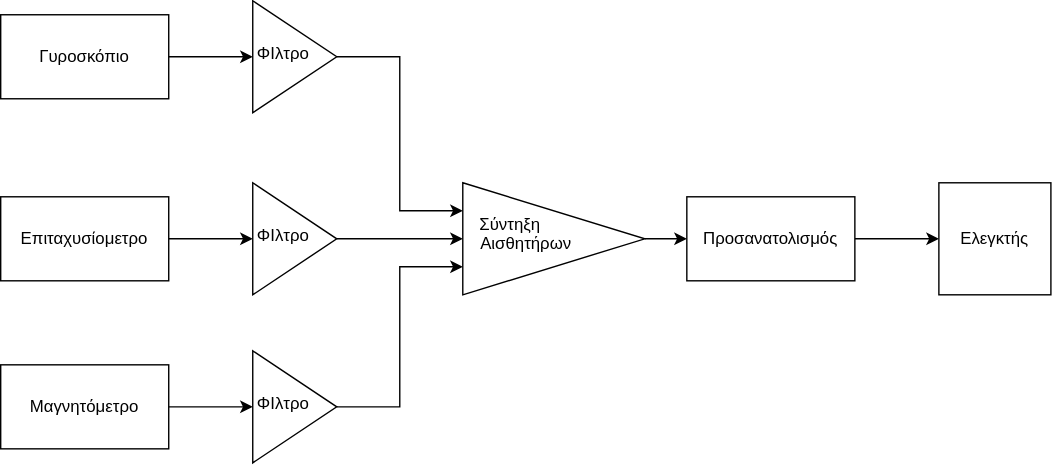
This is thesis/first_draft/images/Untitled Diagram.drawio.svg from Papiqulos/Spotmicro_HMTY, a draw.io export, as it was before one commit. Source tidied: cells renumbered, new cells last; positions are measured from the earlier drawing's top-left corner, leaving out a move shared by most shapes.
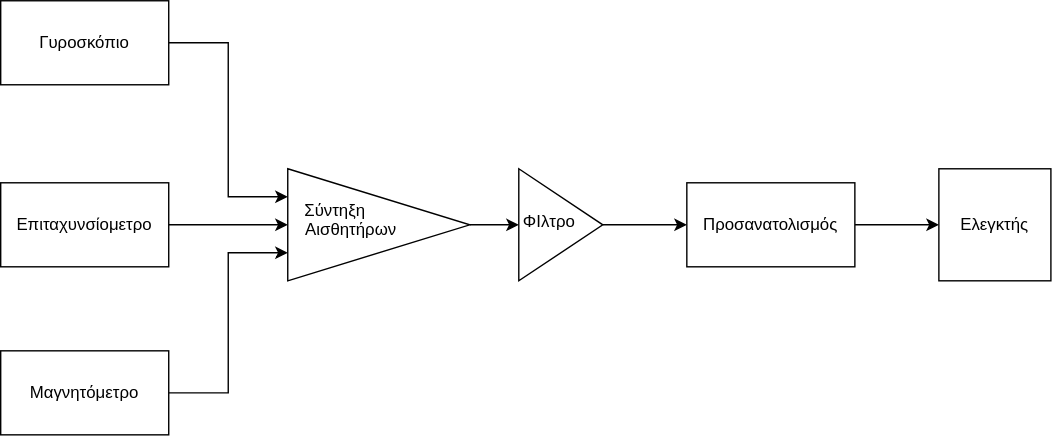
Above is the later version.

The edit, as a diff of the source:
```diff
@@ -2,21 +2,21 @@
   <root>
     <mxCell id="0" />
     <mxCell id="1" parent="0" />
-    <mxCell id="2" style="edgeStyle=orthogonalEdgeStyle;rounded=0;jettySize=auto;html=1;" parent="1" edge="1" source="3" target="12">
-      <mxGeometry relative="1" as="geometry" />
-    </mxCell>
+    <mxCell id="19" style="edgeStyle=orthogonalEdgeStyle;rounded=0;jettySize=auto;html=1;exitX=1;exitY=0.5;exitDx=0;exitDy=0;entryX=0;entryY=0.25;entryDx=0;entryDy=0;" parent="1" edge="1" source="3" target="14">
+      <mxGeometry relative="1" as="geometry" />
+    </mxCell>
     <mxCell id="3" value="Γυροσκόπιο" style="rounded=0;whiteSpace=wrap;html=1;" parent="1" vertex="1">
       <mxGeometry y="10" width="120" height="60" as="geometry" />
     </mxCell>
-    <mxCell id="4" style="edgeStyle=orthogonalEdgeStyle;rounded=0;jettySize=auto;html=1;" parent="1" edge="1" source="5" target="16">
-      <mxGeometry relative="1" as="geometry" />
-    </mxCell>
+    <mxCell id="20" style="edgeStyle=orthogonalEdgeStyle;rounded=0;jettySize=auto;html=1;exitX=1;exitY=0.5;exitDx=0;exitDy=0;entryX=0;entryY=0.5;entryDx=0;entryDy=0;" parent="1" edge="1" source="5" target="14">
+      <mxGeometry relative="1" as="geometry" />
+    </mxCell>
-    <mxCell id="5" value="Επιταχυσίομετρο" style="rounded=0;whiteSpace=wrap;html=1;" parent="1" vertex="1">
+    <mxCell id="5" value="Επιταχυνσίομετρο" style="rounded=0;whiteSpace=wrap;html=1;" parent="1" vertex="1">
       <mxGeometry y="140" width="120" height="60" as="geometry" />
     </mxCell>
-    <mxCell id="6" style="edgeStyle=orthogonalEdgeStyle;rounded=0;jettySize=auto;html=1;exitX=1;exitY=0.5;exitDx=0;exitDy=0;entryX=0;entryY=0.5;entryDx=0;entryDy=0;" parent="1" edge="1" source="7" target="18">
-      <mxGeometry relative="1" as="geometry" />
-    </mxCell>
+    <mxCell id="21" style="edgeStyle=orthogonalEdgeStyle;rounded=0;jettySize=auto;html=1;exitX=1;exitY=0.5;exitDx=0;exitDy=0;entryX=0;entryY=0.75;entryDx=0;entryDy=0;" parent="1" edge="1" source="7" target="14">
+      <mxGeometry relative="1" as="geometry" />
+    </mxCell>
     <mxCell id="7" value="Μαγνητόμετρο" style="rounded=0;whiteSpace=wrap;html=1;" parent="1" vertex="1">
       <mxGeometry y="260" width="120" height="60" as="geometry" />
     </mxCell>
@@ -29,29 +29,17 @@
     <mxCell id="10" value="Ελεγκτής" style="whiteSpace=wrap;html=1;" parent="1" vertex="1">
       <mxGeometry x="670" y="130" width="80" height="80" as="geometry" />
     </mxCell>
-    <mxCell id="11" style="edgeStyle=orthogonalEdgeStyle;rounded=0;jettySize=auto;html=1;exitX=1;exitY=0.5;exitDx=0;exitDy=0;entryX=0;entryY=0.25;entryDx=0;entryDy=0;" parent="1" edge="1" source="12" target="14">
-      <mxGeometry relative="1" as="geometry" />
-    </mxCell>
+    <mxCell id="22" style="edgeStyle=orthogonalEdgeStyle;rounded=0;jettySize=auto;html=1;" parent="1" edge="1" source="12" target="9">
+      <mxGeometry relative="1" as="geometry" />
+    </mxCell>
     <mxCell id="12" value="ΦΙλτρο" style="triangle;whiteSpace=wrap;html=1;shapeInside=1;" parent="1" vertex="1">
-      <mxGeometry x="180" width="60" height="80" as="geometry" />
+      <mxGeometry x="370" y="130" width="60" height="80" as="geometry" />
     </mxCell>
-    <mxCell id="13" style="edgeStyle=orthogonalEdgeStyle;rounded=0;jettySize=auto;html=1;" parent="1" edge="1" source="14" target="9">
-      <mxGeometry relative="1" as="geometry" />
-    </mxCell>
+    <mxCell id="23" style="edgeStyle=orthogonalEdgeStyle;rounded=0;jettySize=auto;html=1;" parent="1" edge="1" source="14" target="12">
+      <mxGeometry relative="1" as="geometry" />
+    </mxCell>
     <mxCell id="14" value="Σύντηξη Αισθητήρων" style="triangle;whiteSpace=wrap;html=1;shapeInside=1;" parent="1" vertex="1">
-      <mxGeometry x="330" y="130" width="130" height="80" as="geometry" />
+      <mxGeometry x="205" y="130" width="130" height="80" as="geometry" />
     </mxCell>
-    <mxCell id="15" style="edgeStyle=orthogonalEdgeStyle;rounded=0;jettySize=auto;html=1;" parent="1" edge="1" source="16" target="14">
-      <mxGeometry relative="1" as="geometry" />
-    </mxCell>
-    <mxCell id="16" value="ΦΙλτρο" style="triangle;whiteSpace=wrap;html=1;shapeInside=1;" parent="1" vertex="1">
-      <mxGeometry x="180" y="130" width="60" height="80" as="geometry" />
-    </mxCell>
-    <mxCell id="17" style="edgeStyle=orthogonalEdgeStyle;rounded=0;jettySize=auto;html=1;exitX=1;exitY=0.5;exitDx=0;exitDy=0;entryX=0;entryY=0.75;entryDx=0;entryDy=0;" parent="1" edge="1" source="18" target="14">
-      <mxGeometry relative="1" as="geometry" />
-    </mxCell>
-    <mxCell id="18" value="ΦΙλτρο" style="triangle;whiteSpace=wrap;html=1;shapeInside=1;" parent="1" vertex="1">
-      <mxGeometry x="180" y="250" width="60" height="80" as="geometry" />
-    </mxCell>
   </root>
 </mxGraphModel>
```
